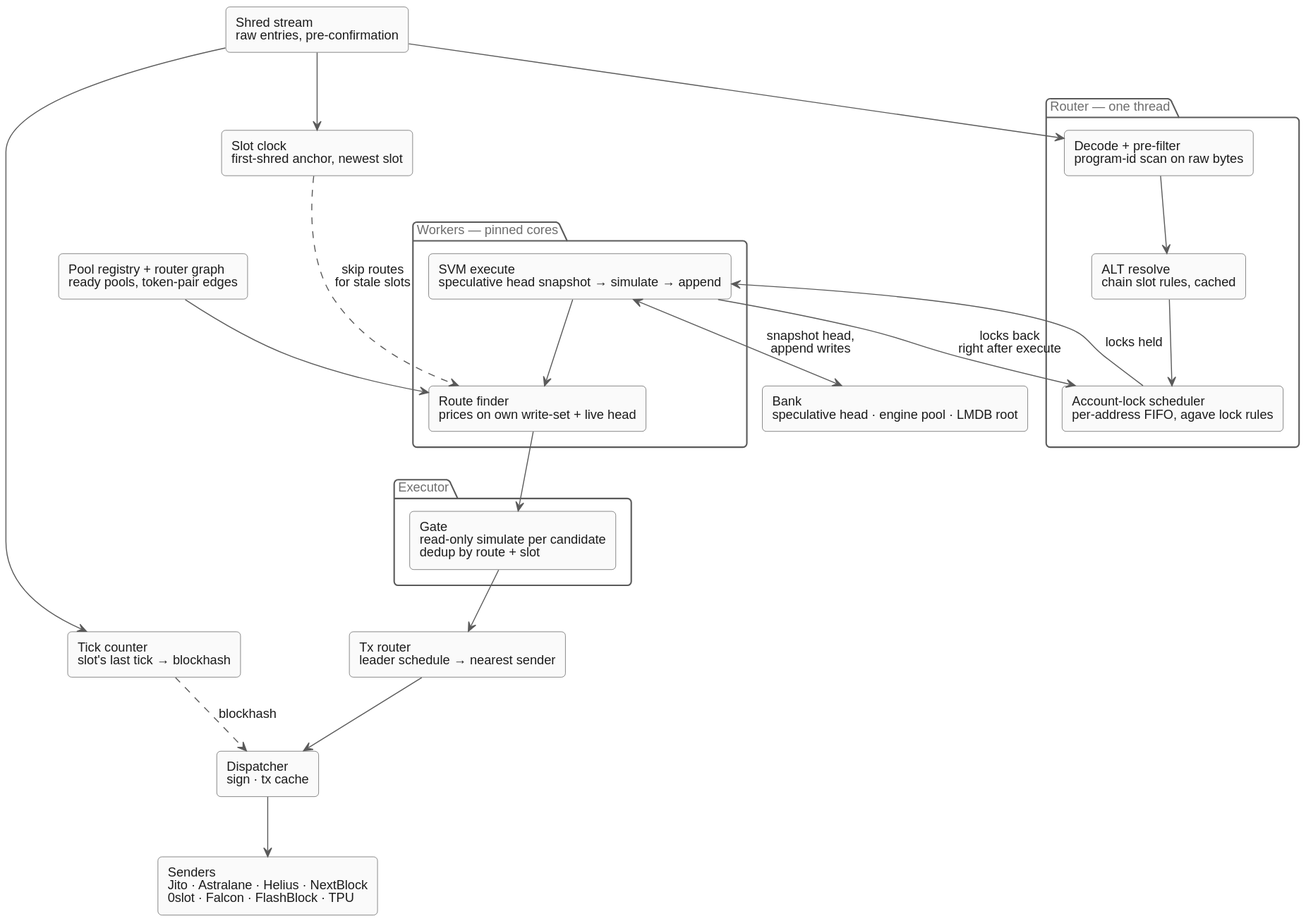
VladyslavHontar/portfolio keeps this PlantUML diagram as img/projects/Lumen/diagrams/pipeline-light.svg. Above is the earlier version.
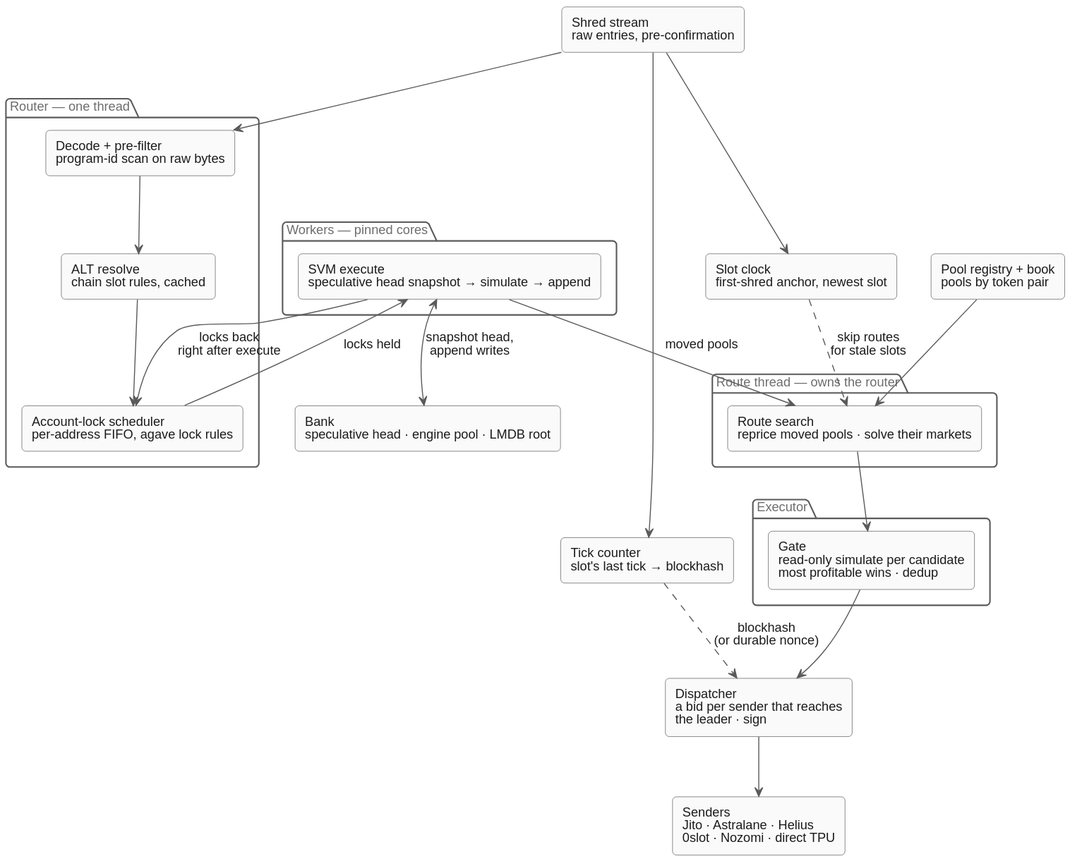
After the change.

Change to the diagram source:
```diff
@@ -40,18 +40,20 @@
 
 package "Workers — pinned cores" {
   rectangle "SVM execute\nspeculative head snapshot → simulate → append" as svm
-  rectangle "Route finder\nprices on own write-set + live head" as finder
+}
+
+package "Route thread — owns the router" {
+  rectangle "Route search\nreprice moved pools · solve their markets" as finder
 }
 
 package "Executor" {
-  rectangle "Gate\nread-only simulate per candidate\ndedup by route + slot" as gate
+  rectangle "Gate\nread-only simulate per candidate\nmost profitable wins · dedup" as gate
 }
 
 rectangle "Bank\nspeculative head · engine pool · LMDB root" as bank
-rectangle "Pool registry + router graph\nready pools, token-pair edges" as graph
-rectangle "Tx router\nleader schedule → nearest sender" as txr
-rectangle "Dispatcher\nsign · tx cache" as disp
-rectangle "Senders\nJito · Astralane · Helius · NextBlock\n0slot · Falcon · FlashBlock · TPU" as senders
+rectangle "Pool registry + book\npools by token pair" as graph
+rectangle "Dispatcher\na bid per sender that reaches\nthe leader · sign" as disp
+rectangle "Senders\nJito · Astralane · Helius\n0slot · Nozomi · direct TPU" as senders
 
 shreds --> decode
 shreds --> tick
@@ -60,13 +62,12 @@
 alt --> sched
 sched --> svm : locks held
 svm --> sched : locks back\nright after execute
-svm --> finder
+svm --> finder : moved pools
 finder --> gate
 svm <--> bank : snapshot head,\nappend writes
 graph --> finder
 clock -[#5a5a5a,dashed]-> finder : skip routes\nfor stale slots
-gate --> txr
-txr --> disp
-tick -[#5a5a5a,dashed]-> disp : blockhash
+gate --> disp
+tick -[#5a5a5a,dashed]-> disp : blockhash\n(or durable nonce)
 disp --> senders
 @enduml
```
